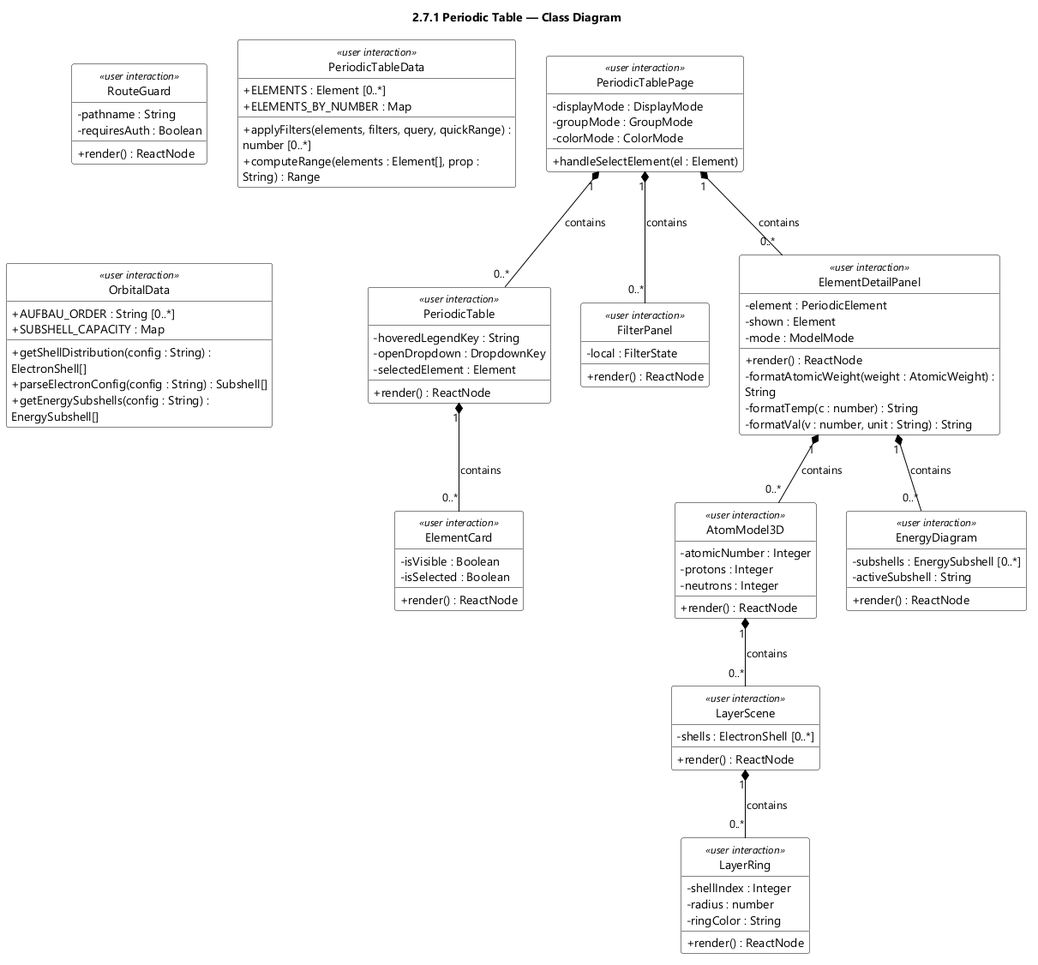
Earlier version of the PlantUML export designs/sds-diagrams/feat07/feat07-class-diagram.png (EduA-system/EduA-system).
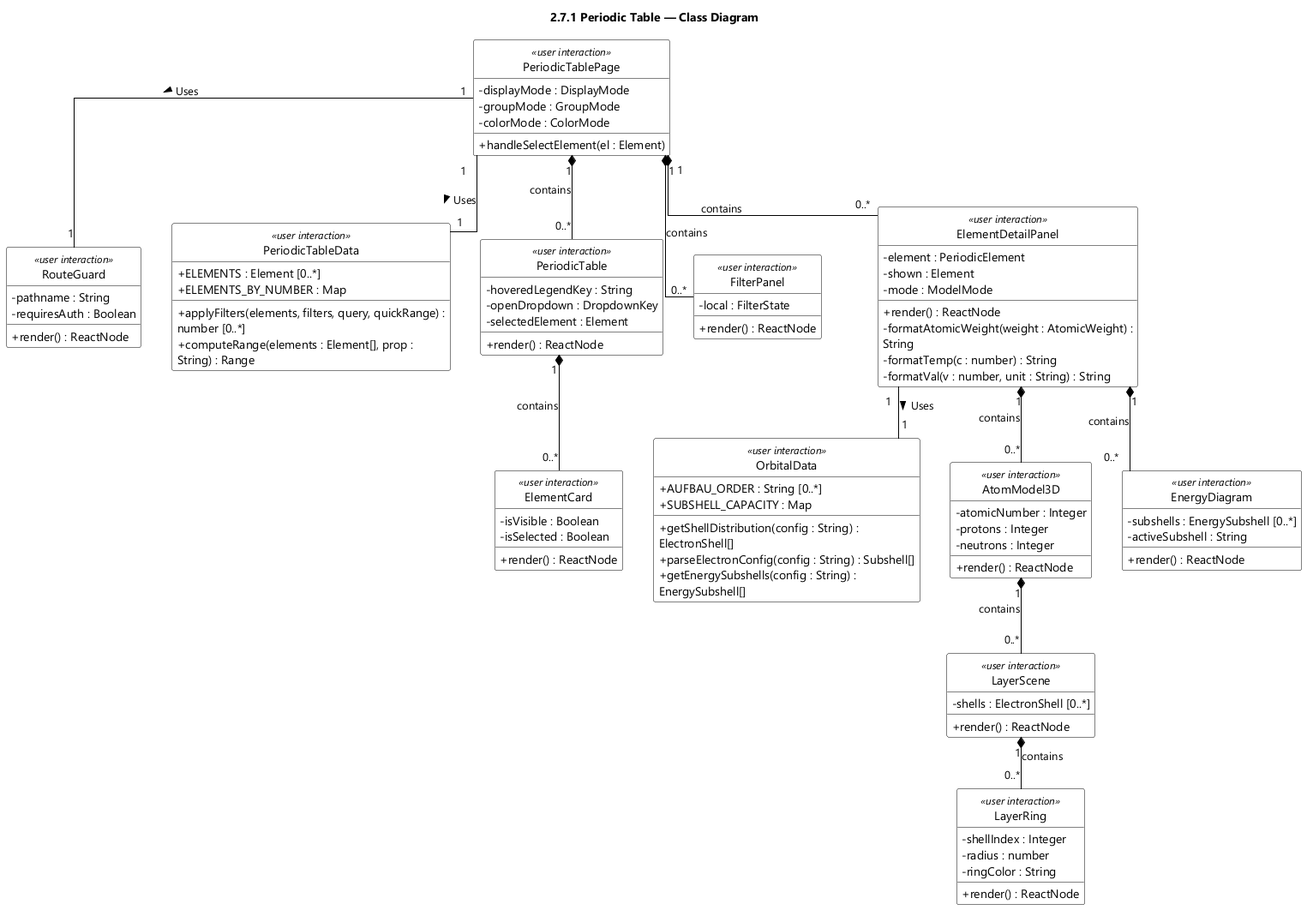
After the change.

Diff of the diagram source:
```diff
@@ -7,6 +7,7 @@
 skinparam classBorderColor #000000
 skinparam ArrowColor #000000
 skinparam classAttributeIconSize 0
+skinparam linetype ortho
 hide circle
 title 2.7.1 Periodic Table — Class Diagram
 class PeriodicTablePage <<user interaction>> {
@@ -98,5 +99,8 @@
 AtomModel3D "1" *-- "0..*" LayerScene : contains
 LayerScene "1" *-- "0..*" LayerRing : contains
 PeriodicTablePage "1" *-- "0..*" ElementDetailPanel : contains
+PeriodicTablePage "1" -- "1" RouteGuard : Uses >
+PeriodicTablePage "1" -- "1" PeriodicTableData : Uses >
+ElementDetailPanel "1" -- "1" OrbitalData : Uses >
 
 @enduml
```
